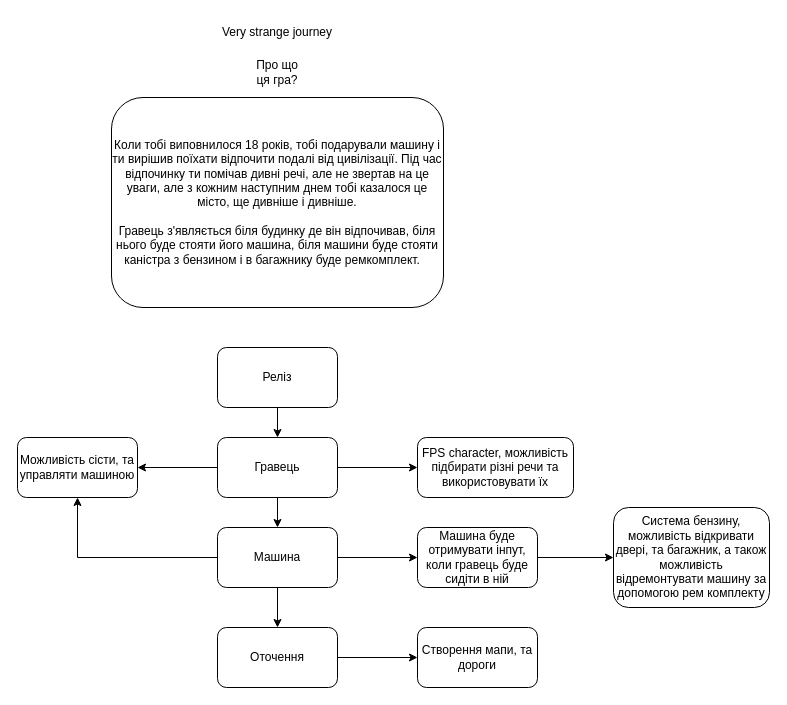
Gamedevenri/Very-strange-journey keeps this draw.io diagram as Roadmap.drawio. Above is the earlier version. Source tidied: cells renumbered, new cells numbered last; positions are measured from the earlier drawing's top-left corner, leaving out a move shared by most shapes. Both pictures are drawn from the tidied source at 100%, with x=0, y=0 at pixel (17, 17).
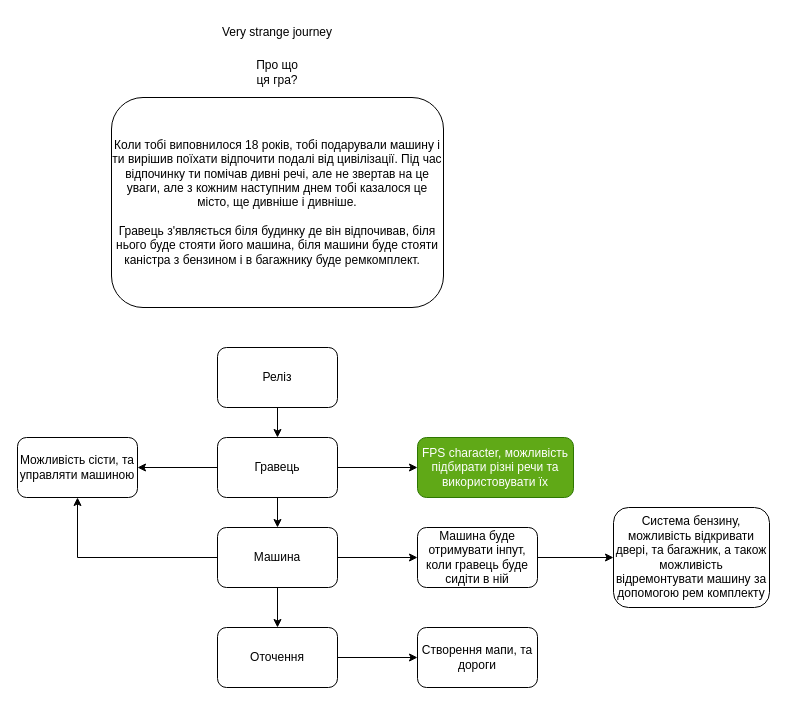
After the change.

The edit, as a diff of the source:
```diff
@@
-    <mxCell id="11" value="&lt;div&gt;FPS character, можливість підбирати різні речи та використовувати їx&lt;/div&gt;" style="whiteSpace=wrap;html=1;rounded=1;" parent="1" vertex="1">
+    <mxCell id="11" value="&lt;div&gt;FPS character, можливість підбирати різні речи та використовувати їx&lt;/div&gt;" style="whiteSpace=wrap;html=1;rounded=1;fillColor=#60a917;fontColor=#ffffff;strokeColor=#2D7600;" parent="1" vertex="1">
       <mxGeometry x="400" y="420" width="156" height="60" as="geometry" />
     </mxCell>
```
